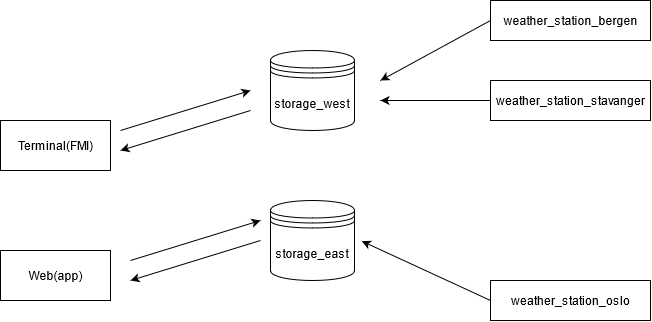
The draw.io diagram MA/system_overview.png in thomasRimmereide/Weather-station, before a commit. Source tidied: cells renumbered, new cells last; positions are measured from the earlier drawing's top-left corner, leaving out a move shared by most shapes.
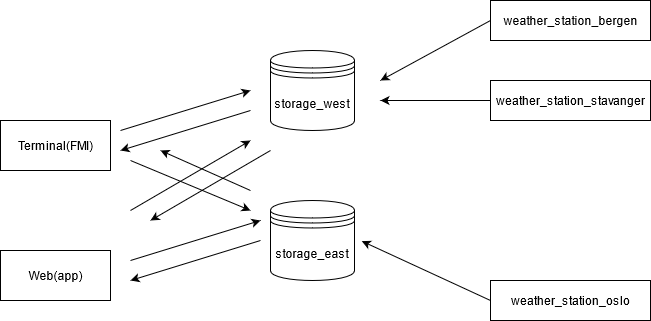
Above is the later version.

What changed in the source:
```diff
@@ -60,5 +60,29 @@
         <mxPoint x="130" y="280" as="targetPoint" />
       </mxGeometry>
     </mxCell>
+    <mxCell id="16" style="endArrow=classic;html=1;" parent="1" edge="1">
+      <mxGeometry relative="1" as="geometry">
+        <mxPoint x="130" y="160" as="sourcePoint" />
+        <mxPoint x="250" y="210" as="targetPoint" />
+      </mxGeometry>
+    </mxCell>
+    <mxCell id="17" style="endArrow=classic;html=1;" parent="1" edge="1">
+      <mxGeometry relative="1" as="geometry">
+        <mxPoint x="250" y="190" as="sourcePoint" />
+        <mxPoint x="160" y="150" as="targetPoint" />
+      </mxGeometry>
+    </mxCell>
+    <mxCell id="18" style="endArrow=classic;html=1;" parent="1" edge="1">
+      <mxGeometry relative="1" as="geometry">
+        <mxPoint x="270" y="150" as="sourcePoint" />
+        <mxPoint x="150" y="220" as="targetPoint" />
+      </mxGeometry>
+    </mxCell>
+    <mxCell id="19" style="endArrow=classic;html=1;" parent="1" edge="1">
+      <mxGeometry relative="1" as="geometry">
+        <mxPoint x="130" y="210" as="sourcePoint" />
+        <mxPoint x="250" y="140" as="targetPoint" />
+      </mxGeometry>
+    </mxCell>
   </root>
 </mxGraphModel>
```
